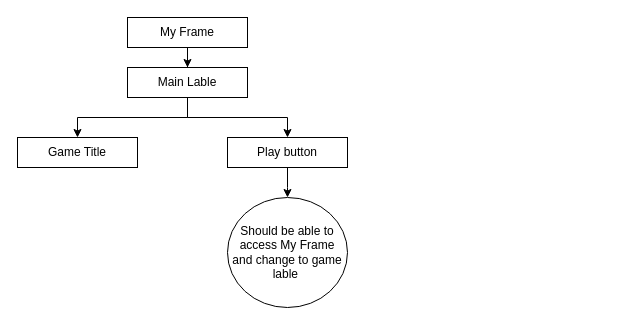
Earlier version of the draw.io diagram Untitled Diagram.drawio (wolflieu201105/boardGameRecreation). Source tidied: cells renumbered, new cells numbered last; positions are measured from the earlier drawing's top-left corner, leaving out a move shared by most shapes. Both pictures are drawn from the tidied source at 100%, with x=0, y=0 at pixel (17, 17).
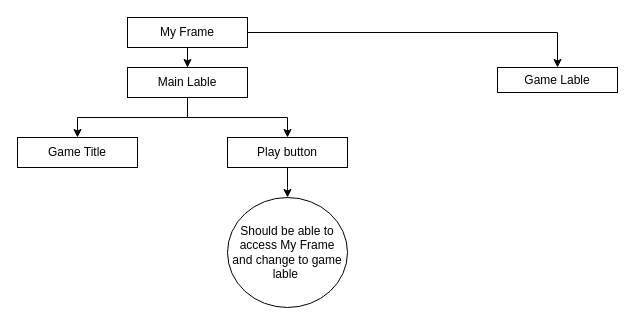
Above is the later version.

Commit message (it also covers changes not shown here):
button Click

What changed in the source:
```diff
@@
 <mxGraphModel>
   <root>
     <mxCell id="0" />
     <mxCell id="1" parent="0" />
     <mxCell id="2" style="edgeStyle=orthogonalEdgeStyle;rounded=0;jettySize=auto;html=1;" parent="1" edge="1" source="3" target="6">
       <mxGeometry relative="1" as="geometry" />
     </mxCell>
+    <mxCell id="12" style="edgeStyle=orthogonalEdgeStyle;rounded=0;jettySize=auto;html=1;entryX=0.5;entryY=0;entryDx=0;entryDy=0;" parent="1" edge="1" source="3" target="13">
+      <mxGeometry relative="1" as="geometry" />
+    </mxCell>
     <mxCell id="3" value="My Frame" style="rounded=0;whiteSpace=wrap;html=1;" parent="1" vertex="1">
       <mxGeometry x="110" width="120" height="30" as="geometry" />
     </mxCell>
     <mxCell id="4" style="edgeStyle=orthogonalEdgeStyle;rounded=0;jettySize=auto;html=1;entryX=0.5;entryY=0;entryDx=0;entryDy=0;" parent="1" edge="1" source="6" target="8">
       <mxGeometry relative="1" as="geometry" />
     </mxCell>
     <mxCell id="5" style="edgeStyle=orthogonalEdgeStyle;rounded=0;jettySize=auto;html=1;" parent="1" edge="1" source="6" target="10">
       <mxGeometry relative="1" as="geometry" />
     </mxCell>
     <mxCell id="6" value="Main Lable" style="rounded=0;whiteSpace=wrap;html=1;" parent="1" vertex="1">
       <mxGeometry x="110" y="50" width="120" height="30" as="geometry" />
     </mxCell>
     <mxCell id="7" style="edgeStyle=orthogonalEdgeStyle;rounded=0;orthogonalLoop=1;jettySize=auto;html=1;exitX=0.5;exitY=1;exitDx=0;exitDy=0;" parent="1" edge="1" source="6" target="6">
       <mxGeometry relative="1" as="geometry" />
     </mxCell>
     <mxCell id="8" value="Game Title" style="rounded=0;whiteSpace=wrap;html=1;" parent="1" vertex="1">
       <mxGeometry y="120" width="120" height="30" as="geometry" />
     </mxCell>
     <mxCell id="9" style="edgeStyle=orthogonalEdgeStyle;rounded=0;jettySize=auto;html=1;" parent="1" edge="1" source="10">
       <mxGeometry relative="1" as="geometry">
         <mxPoint x="270" y="180" as="targetPoint" />
       </mxGeometry>
     </mxCell>
     <mxCell id="10" value="Play button" style="rounded=0;whiteSpace=wrap;html=1;" parent="1" vertex="1">
       <mxGeometry x="210" y="120" width="120" height="30" as="geometry" />
     </mxCell>
     <mxCell id="11" value="Should be able to access My Frame and change to game lable&amp;nbsp;" style="ellipse;whiteSpace=wrap;html=1;" parent="1" vertex="1">
       <mxGeometry x="210" y="180" width="120" height="110" as="geometry" />
     </mxCell>
+    <mxCell id="13" value="Game Lable" style="rounded=0;whiteSpace=wrap;html=1;" parent="1" vertex="1">
+      <mxGeometry x="480" y="50" width="120" height="25" as="geometry" />
+    </mxCell>
   </root>
 </mxGraphModel>
```
